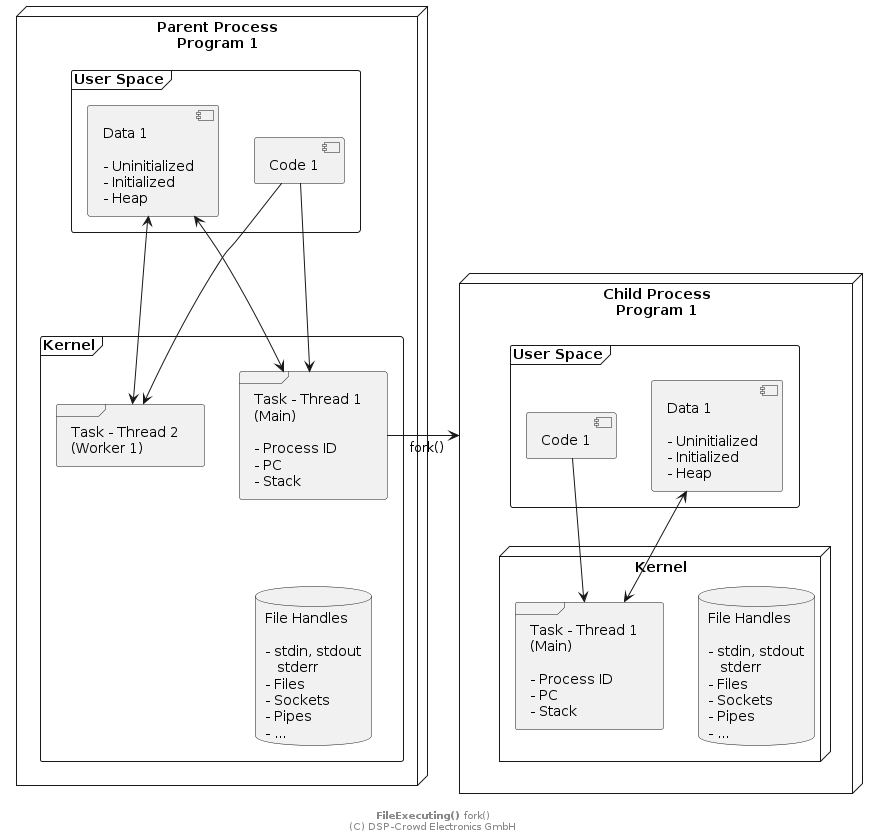
The PlantUML diagram doc/system/FileExecuting/fe-fork.png in NoOrientationProgramming/ProcessingCommon, before a commit. The source it was exported from:
```plantuml
@startuml

skinparam backgroundColor #ffffff

node "Parent Process\nProgram 1" as proc1 {
  frame "User Space" as user1 {
    component "Code 1" as code1
    component "Data 1\n\n- Uninitialized\n- Initialized\n- Heap" as data1

    data1 -[hidden] code1
  }

  frame "Kernel" as kernel1 {
    frame "Task - Thread 1\n(Main)\n\n- Process ID\n- PC\n- Stack" as thread11
    frame "Task - Thread 2\n(Worker 1)" as thread12
    database "File Handles\n\n- stdin, stdout\n   stderr\n- Files\n- Sockets\n- Pipes\n- ..." as files1

    thread12 -[hidden] thread11
    thread11 -[hidden]- files1
}

  code1 --> thread11
  code1 --> thread12
  thread11 <--> data1
  thread12 <--> data1
}

node "Child Process\nProgram 1" as proc2 {
  frame "User Space" as user2 {
    component "Code 1" as code2
    component "Data 1\n\n- Uninitialized\n- Initialized\n- Heap" as data2

    code2 -[hidden] data2
  }

  node "Kernel" as kernel2 {
    frame "Task - Thread 1\n(Main)\n\n- Process ID\n- PC\n- Stack" as thread21
    database "File Handles\n\n- stdin, stdout\n   stderr\n- Files\n- Sockets\n- Pipes\n- ..." as files2

    thread21 -[hidden] files2
  }

  code2 --> thread21
  thread21 <--> data2
}

thread11 -> proc2 : "fork()"

footer **FileExecuting()** fork()\n(C) DSP-Crowd Electronics GmbH

@enduml
```
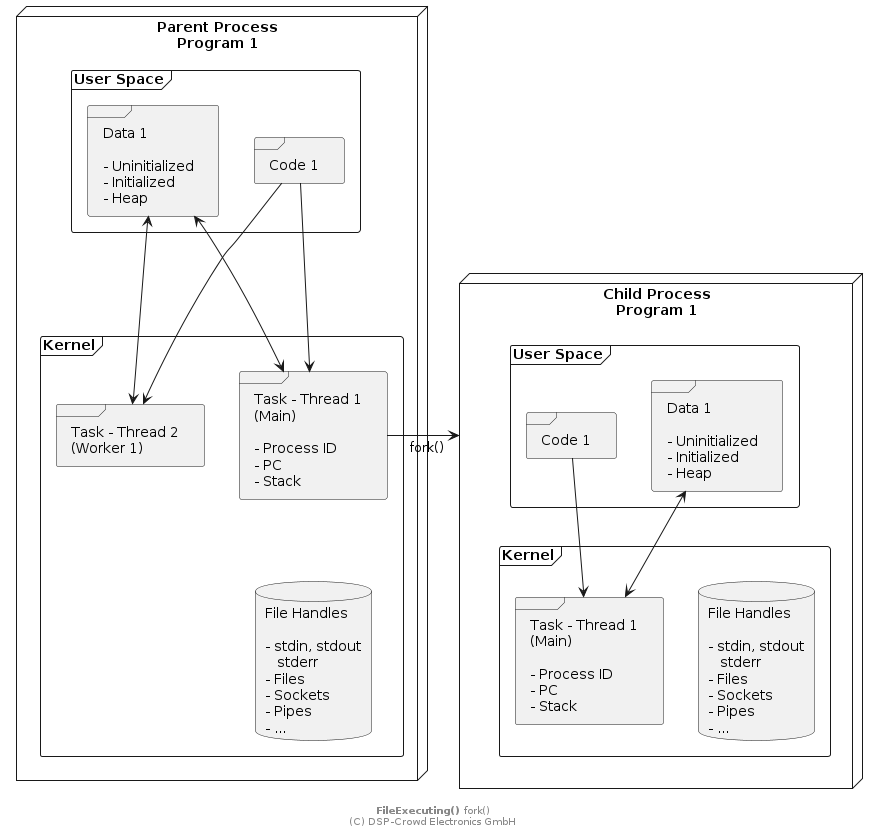
The same diagram one commit later.

What changed in the source:
```diff
@@ -4,8 +4,8 @@
 
 node "Parent Process\nProgram 1" as proc1 {
   frame "User Space" as user1 {
-    component "Code 1" as code1
-    component "Data 1\n\n- Uninitialized\n- Initialized\n- Heap" as data1
+    frame "Code 1" as code1
+    frame "Data 1\n\n- Uninitialized\n- Initialized\n- Heap" as data1
 
     data1 -[hidden] code1
   }
@@ -27,13 +27,13 @@
 
 node "Child Process\nProgram 1" as proc2 {
   frame "User Space" as user2 {
-    component "Code 1" as code2
-    component "Data 1\n\n- Uninitialized\n- Initialized\n- Heap" as data2
+    frame "Code 1" as code2
+    frame "Data 1\n\n- Uninitialized\n- Initialized\n- Heap" as data2
 
     code2 -[hidden] data2
   }
 
-  node "Kernel" as kernel2 {
+  frame "Kernel" as kernel2 {
     frame "Task - Thread 1\n(Main)\n\n- Process ID\n- PC\n- Stack" as thread21
     database "File Handles\n\n- stdin, stdout\n   stderr\n- Files\n- Sockets\n- Pipes\n- ..." as files2
 
```
